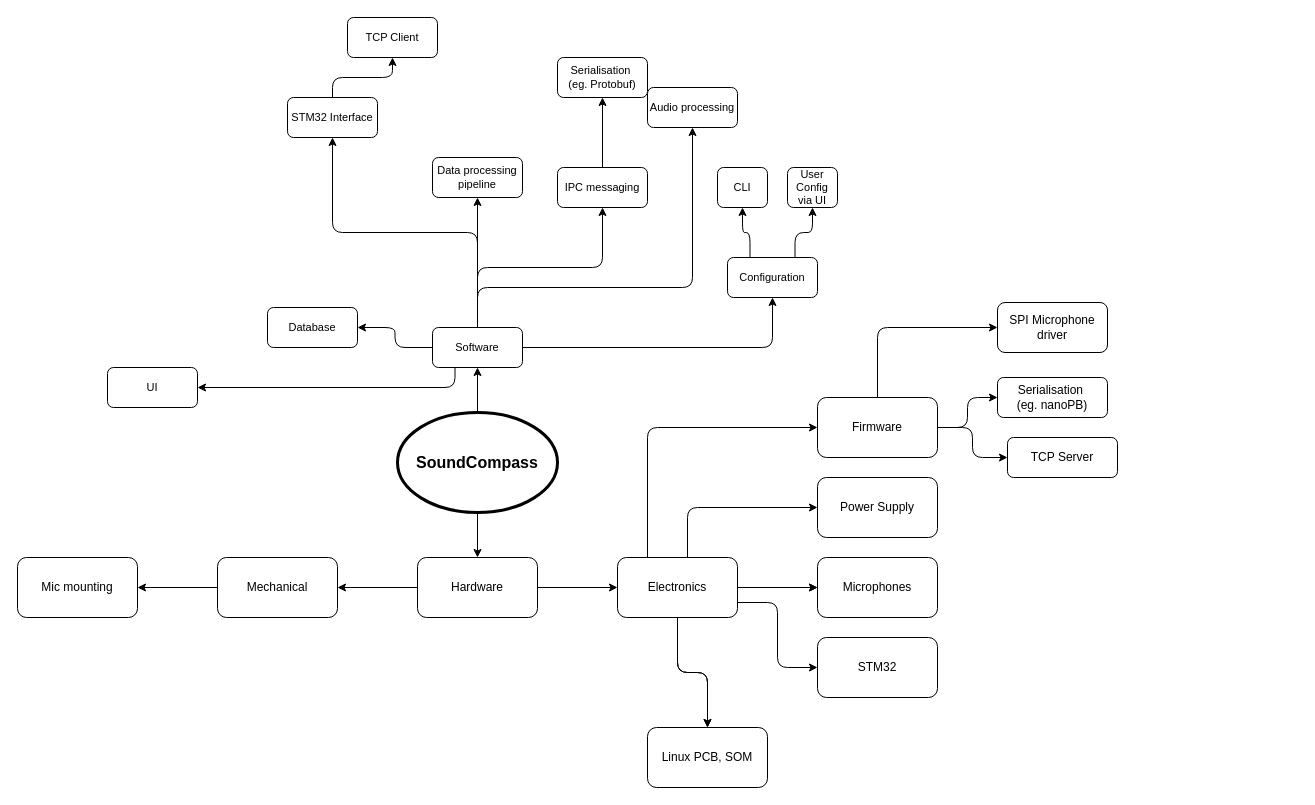
Above: page "Task Mind Map" (3 of 7) of doc/System Block Diagram.drawio in jbrryhooves/sound-compass (draw.io), before the change. Source tidied: cells renumbered, new cells numbered last; positions are measured from the earlier drawing's top-left corner, leaving out a move shared by most shapes. Both pictures are drawn from the tidied source at 100%, with x=0, y=0 at pixel (17, 17).
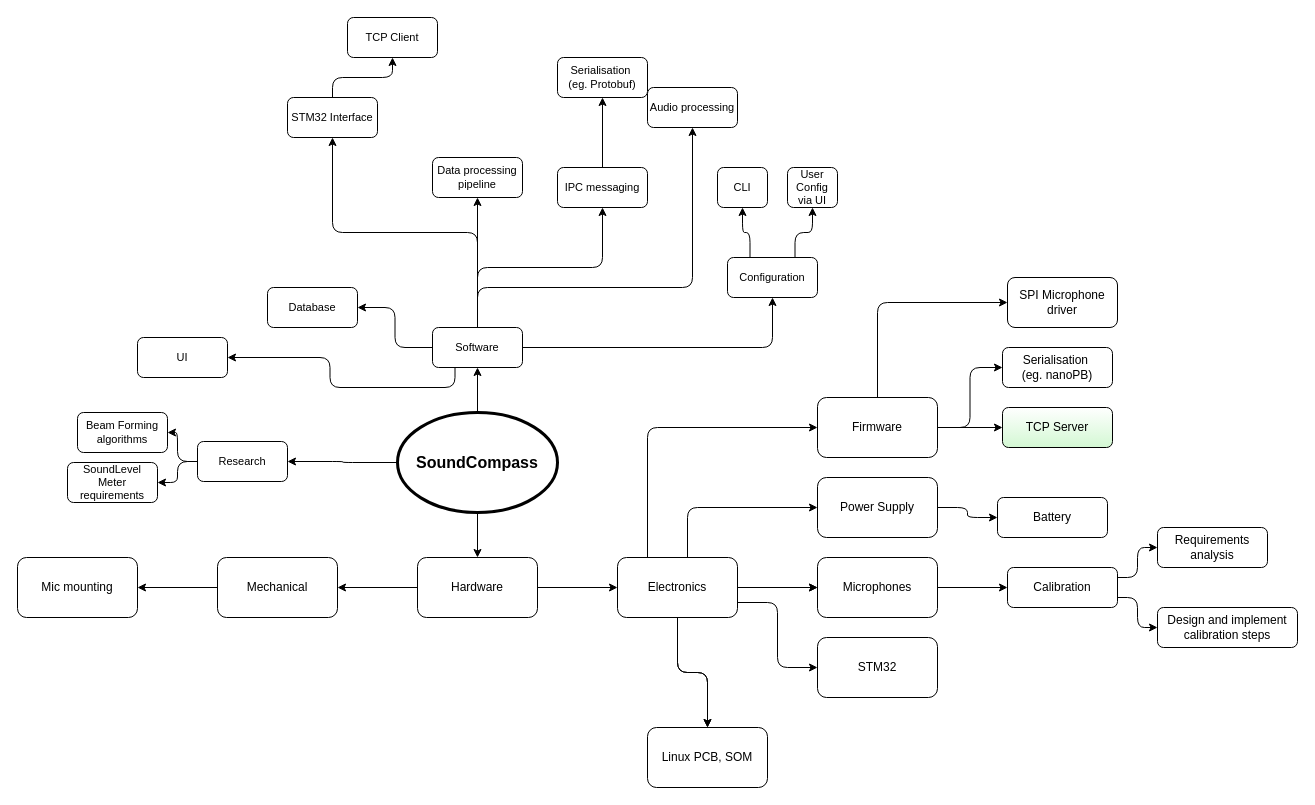
The same page after the edit.

The change refers to these unchanged cells:
```xml
<mxCell id="4" value="SoundCompass" style="ellipse;whiteSpace=wrap;html=1;fontStyle=1;fontSize=16;strokeWidth=3;" parent="1" vertex="1">
  <mxGeometry x="380" y="395" width="160" height="100" as="geometry" />
</mxCell>
<mxCell id="26" value="Microphones" style="whiteSpace=wrap;html=1;rounded=1;fontStyle=0;" parent="1" vertex="1">
  <mxGeometry x="800" y="540" width="120" height="60" as="geometry" />
</mxCell>
<mxCell id="30" value="Power Supply" style="whiteSpace=wrap;html=1;rounded=1;fontStyle=0;" parent="1" vertex="1">
  <mxGeometry x="800" y="460" width="120" height="60" as="geometry" />
</mxCell>
```

What changed in the source:
```diff
@@
+    <mxCell id="53" style="edgeStyle=orthogonalEdgeStyle;rounded=1;jettySize=auto;html=1;exitX=0;exitY=0.5;exitDx=0;exitDy=0;strokeColor=default;align=center;verticalAlign=middle;fontFamily=Helvetica;fontSize=11;fontColor=default;labelBackgroundColor=default;endArrow=classic;entryX=1;entryY=0.5;entryDx=0;entryDy=0;" parent="1" edge="1" source="4" target="64">
+      <mxGeometry relative="1" as="geometry" />
+    </mxCell>
@@
+    <mxCell id="54" style="edgeStyle=orthogonalEdgeStyle;rounded=1;jettySize=auto;html=1;exitX=1;exitY=0.5;exitDx=0;exitDy=0;entryX=0;entryY=0.5;entryDx=0;entryDy=0;strokeColor=default;align=center;verticalAlign=middle;fontFamily=Helvetica;fontSize=11;fontColor=default;labelBackgroundColor=default;endArrow=classic;" parent="1" edge="1" source="26" target="58">
+      <mxGeometry relative="1" as="geometry" />
+    </mxCell>
@@
+    <mxCell id="55" style="edgeStyle=orthogonalEdgeStyle;rounded=1;jettySize=auto;html=1;exitX=1;exitY=0.5;exitDx=0;exitDy=0;entryX=0;entryY=0.5;entryDx=0;entryDy=0;strokeColor=default;align=center;verticalAlign=middle;fontFamily=Helvetica;fontSize=11;fontColor=default;labelBackgroundColor=default;endArrow=classic;" parent="1" edge="1" source="30" target="61">
+      <mxGeometry relative="1" as="geometry" />
+    </mxCell>
@@
     <mxCell id="31" value="Database" style="rounded=1;whiteSpace=wrap;html=1;fontFamily=Helvetica;fontSize=11;fontColor=default;" parent="1" vertex="1">
-      <mxGeometry x="250" y="290" width="90" height="40" as="geometry" />
+      <mxGeometry x="250" y="270" width="90" height="40" as="geometry" />
     </mxCell>
@@
     <mxCell id="37" value="UI" style="rounded=1;whiteSpace=wrap;html=1;fontFamily=Helvetica;fontSize=11;fontColor=default;" parent="1" vertex="1">
-      <mxGeometry x="90" y="350" width="90" height="40" as="geometry" />
+      <mxGeometry x="120" y="320" width="90" height="40" as="geometry" />
     </mxCell>
@@
     <mxCell id="47" value="SPI Microphone driver" style="whiteSpace=wrap;html=1;rounded=1;fontStyle=0;" parent="1" vertex="1">
-      <mxGeometry x="980" y="285" width="110" height="50" as="geometry" />
+      <mxGeometry x="990" y="260" width="110" height="50" as="geometry" />
     </mxCell>
@@
-    <mxCell id="51" value="TCP Server" style="whiteSpace=wrap;html=1;rounded=1;fontStyle=0;" parent="1" vertex="1">
-      <mxGeometry x="990" y="420" width="110" height="40" as="geometry" />
+    <mxCell id="51" value="TCP Server" style="whiteSpace=wrap;html=1;rounded=1;fontStyle=0;gradientColor=#d3f8d3;" parent="1" vertex="1">
+      <mxGeometry x="985" y="390" width="110" height="40" as="geometry" />
     </mxCell>
     <mxCell id="52" value="Serialisation&amp;nbsp;&lt;br&gt;(eg. nanoPB)" style="whiteSpace=wrap;html=1;rounded=1;fontStyle=0;" parent="1" vertex="1">
-      <mxGeometry x="980" y="360" width="110" height="40" as="geometry" />
+      <mxGeometry x="985" y="330" width="110" height="40" as="geometry" />
     </mxCell>
+    <mxCell id="56" style="edgeStyle=orthogonalEdgeStyle;rounded=1;jettySize=auto;html=1;exitX=1;exitY=0.25;exitDx=0;exitDy=0;entryX=0;entryY=0.5;entryDx=0;entryDy=0;strokeColor=default;align=center;verticalAlign=middle;fontFamily=Helvetica;fontSize=11;fontColor=default;labelBackgroundColor=default;endArrow=classic;" parent="1" edge="1" source="58" target="59">
+      <mxGeometry relative="1" as="geometry" />
+    </mxCell>
+    <mxCell id="57" style="edgeStyle=orthogonalEdgeStyle;rounded=1;jettySize=auto;html=1;exitX=1;exitY=0.75;exitDx=0;exitDy=0;entryX=0;entryY=0.5;entryDx=0;entryDy=0;strokeColor=default;align=center;verticalAlign=middle;fontFamily=Helvetica;fontSize=11;fontColor=default;labelBackgroundColor=default;endArrow=classic;" parent="1" edge="1" source="58" target="60">
+      <mxGeometry relative="1" as="geometry" />
+    </mxCell>
+    <mxCell id="58" value="Calibration" style="whiteSpace=wrap;html=1;rounded=1;fontStyle=0;" parent="1" vertex="1">
+      <mxGeometry x="990" y="550" width="110" height="40" as="geometry" />
+    </mxCell>
+    <mxCell id="59" value="Requirements analysis" style="whiteSpace=wrap;html=1;rounded=1;fontStyle=0;" parent="1" vertex="1">
+      <mxGeometry x="1140" y="510" width="110" height="40" as="geometry" />
+    </mxCell>
+    <mxCell id="60" value="Design and implement calibration steps" style="whiteSpace=wrap;html=1;rounded=1;fontStyle=0;" parent="1" vertex="1">
+      <mxGeometry x="1140" y="590" width="140" height="40" as="geometry" />
+    </mxCell>
+    <mxCell id="61" value="Battery" style="whiteSpace=wrap;html=1;rounded=1;fontStyle=0;" parent="1" vertex="1">
+      <mxGeometry x="980" y="480" width="110" height="40" as="geometry" />
+    </mxCell>
+    <mxCell id="62" style="edgeStyle=orthogonalEdgeStyle;rounded=1;jettySize=auto;html=1;exitX=0;exitY=0.5;exitDx=0;exitDy=0;entryX=1;entryY=0.5;entryDx=0;entryDy=0;strokeColor=default;align=center;verticalAlign=middle;fontFamily=Helvetica;fontSize=11;fontColor=default;labelBackgroundColor=default;endArrow=classic;" parent="1" edge="1" source="64" target="65">
+      <mxGeometry relative="1" as="geometry" />
+    </mxCell>
+    <mxCell id="63" style="edgeStyle=orthogonalEdgeStyle;rounded=1;jettySize=auto;html=1;exitX=0;exitY=0.5;exitDx=0;exitDy=0;entryX=1;entryY=0.5;entryDx=0;entryDy=0;strokeColor=default;align=center;verticalAlign=middle;fontFamily=Helvetica;fontSize=11;fontColor=default;labelBackgroundColor=default;endArrow=classic;" parent="1" edge="1" source="64" target="66">
+      <mxGeometry relative="1" as="geometry" />
+    </mxCell>
+    <mxCell id="64" value="Research" style="rounded=1;whiteSpace=wrap;html=1;fontFamily=Helvetica;fontSize=11;fontColor=default;" parent="1" vertex="1">
+      <mxGeometry x="180" y="424" width="90" height="40" as="geometry" />
+    </mxCell>
+    <mxCell id="65" value="Beam Forming algorithms" style="rounded=1;whiteSpace=wrap;html=1;fontFamily=Helvetica;fontSize=11;fontColor=default;" parent="1" vertex="1">
+      <mxGeometry x="60" y="395" width="90" height="40" as="geometry" />
+    </mxCell>
+    <mxCell id="66" value="SoundLevel Meter requirements" style="rounded=1;whiteSpace=wrap;html=1;fontFamily=Helvetica;fontSize=11;fontColor=default;" parent="1" vertex="1">
+      <mxGeometry x="50" y="445" width="90" height="40" as="geometry" />
+    </mxCell>
```
